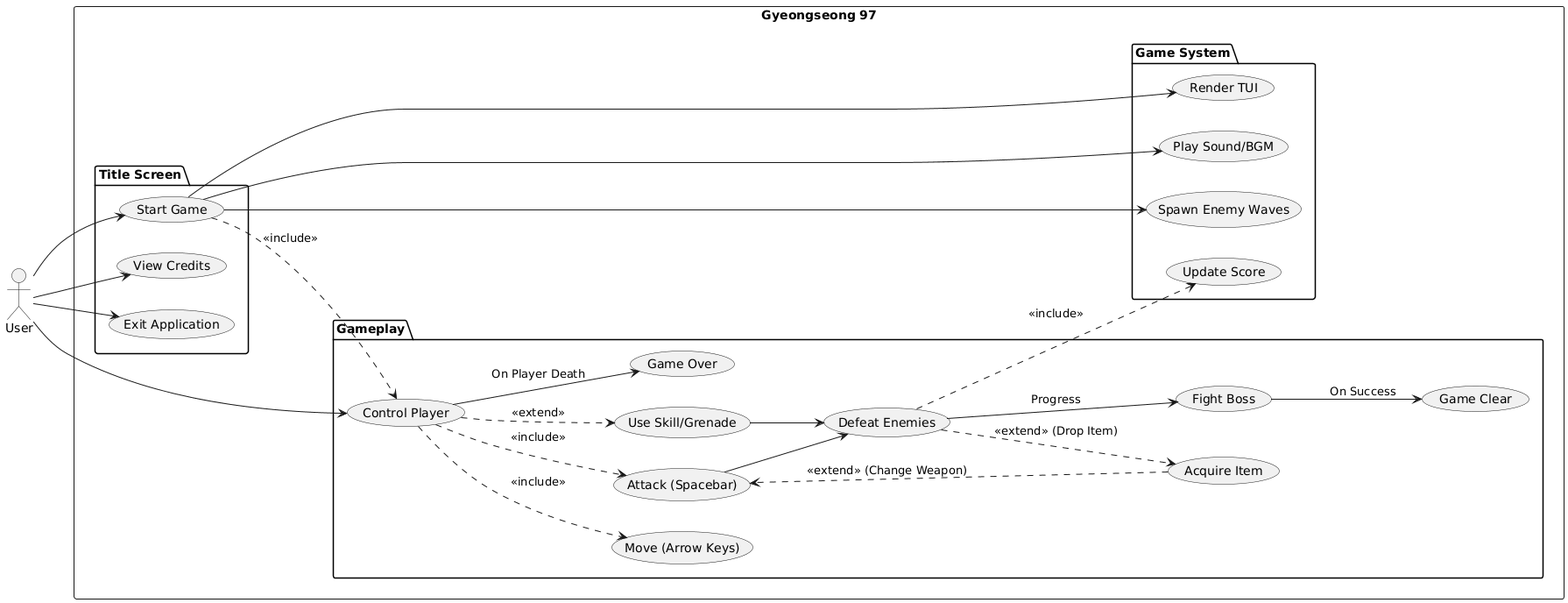
The PlantUML diagram PlantUML Use Case.png in ThunderVolt45/Gyeongseong97-develop, before a commit.
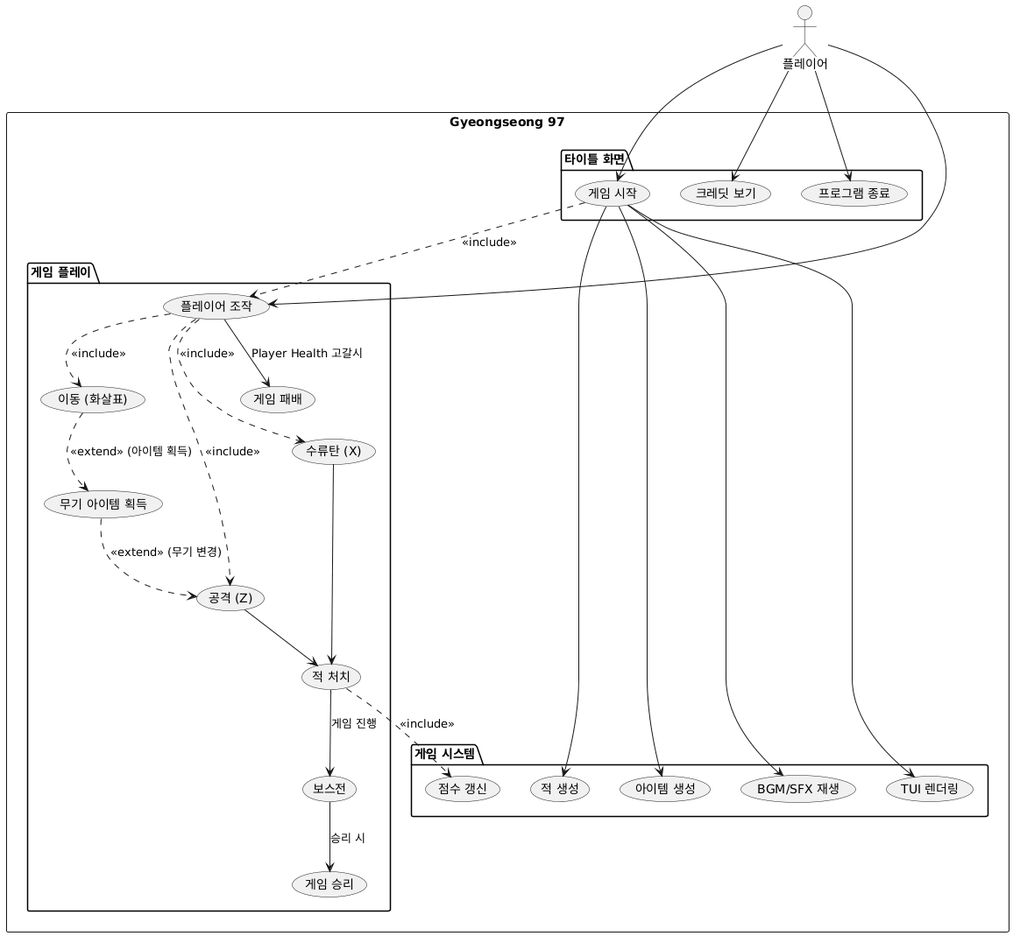
After the commit.

What changed in the source:
```diff
@@ -1,34 +1,34 @@
 @startuml
-left to right direction
-actor "User" as user
+actor "플레이어" as user
 
 rectangle "Gyeongseong 97" {
 
-    package "Title Screen" {
-        usecase "Start Game" as UC_Start
-        usecase "View Credits" as UC_Credits
-        usecase "Exit Application" as UC_Exit
+    package "타이틀 화면" {
+        usecase "게임 시작" as UC_Start
+        usecase "크레딧 보기" as UC_Credits
+        usecase "프로그램 종료" as UC_Exit
     }
 
-    package "Gameplay" {
-        usecase "Control Player" as UC_Control
-        usecase "Move (Arrow Keys)" as UC_Move
-        usecase "Attack (Spacebar)" as UC_Attack
-        usecase "Use Skill/Grenade" as UC_Skill
-        usecase "Acquire Item" as UC_Item
+    package "게임 플레이" {
+        usecase "플레이어 조작" as UC_Control
+        usecase "이동 (화살표)" as UC_Move
+        usecase "공격 (Z)" as UC_Attack
+        usecase "수류탄 (X)" as UC_Skill
+        usecase "무기 아이템 획득" as UC_Item
 
-        usecase "Defeat Enemies" as UC_Combat
-        usecase "Fight Boss" as UC_BossBattle
+        usecase "적 처치" as UC_Combat
+        usecase "보스전" as UC_BossBattle
 
-        usecase "Game Over" as UC_GameOver
-        usecase "Game Clear" as UC_GameClear
+        usecase "게임 패배" as UC_GameOver
+        usecase "게임 승리" as UC_GameClear
     }
 
-    package "Game System" {
-        usecase "Spawn Enemy Waves" as UC_Spawn
-        usecase "Update Score" as UC_Score
-        usecase "Play Sound/BGM" as UC_Sound
-        usecase "Render TUI" as UC_Render
+    package "게임 시스템" {
+        usecase "적 생성" as UC_Spawn
+        usecase "아이템 생성" as UC_SpawnItem
+        usecase "점수 갱신" as UC_Score
+        usecase "BGM/SFX 재생" as UC_Sound
+        usecase "TUI 렌더링" as UC_Render
     }
 }
 
@@ -40,20 +40,21 @@
 UC_Start ..> UC_Control : <<include>>
 UC_Control ..> UC_Move : <<include>>
 UC_Control ..> UC_Attack : <<include>>
-UC_Control ..> UC_Skill : <<extend>>
+UC_Control ..> UC_Skill : <<include>>
 
 UC_Attack --> UC_Combat
 UC_Skill --> UC_Combat
 
 UC_Combat ..> UC_Score : <<include>>
-UC_Combat ..> UC_Item : <<extend>> (Drop Item)
-UC_Item ..> UC_Attack : <<extend>> (Change Weapon)
+UC_Item ..> UC_Attack : <<extend>> (무기 변경)
+UC_Move ..> UC_Item : <<extend>> (아이템 획득)
 
-UC_Combat --> UC_BossBattle : Progress
-UC_BossBattle --> UC_GameClear : On Success
-UC_Control --> UC_GameOver : On Player Death
+UC_Combat --> UC_BossBattle : 게임 진행
+UC_BossBattle --> UC_GameClear : 승리 시
+UC_Control --> UC_GameOver : Player Health 고갈시
 
 UC_Start --> UC_Spawn
+UC_Start --> UC_SpawnItem
 UC_Start --> UC_Sound
 UC_Start --> UC_Render
 @enduml
```
